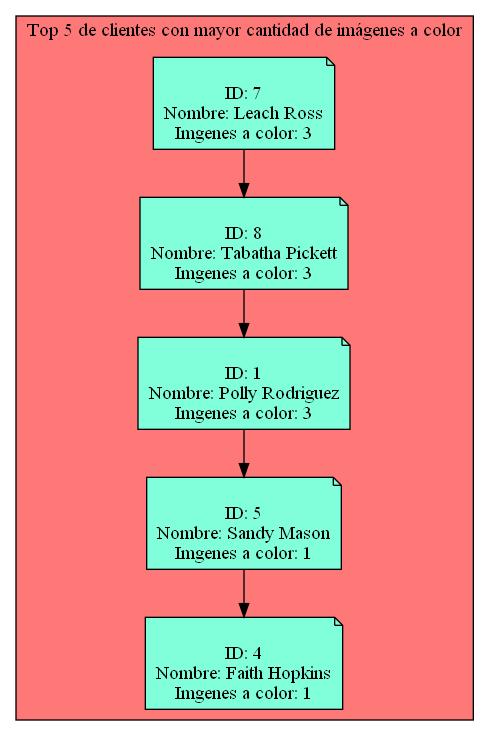
Earlier version of the Graphviz export Simple_Clients_Served_Report.png (Serch-ING/EDD_UDRAWING_202000119). Its source is kept beside it as Simple_Clients_Served_Report.dot.
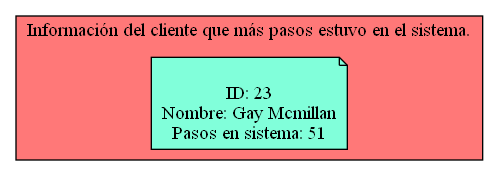
The same diagram one commit later.

Diff of the diagram source:
```diff
@@ -1,30 +1,10 @@
 digraph L {
 node[shape=note fillcolor="#A181FF" style =filled]
 subgraph cluster_p{
-    label= "Top 5 de clientes con mayor cantidad de imágenes a color"
+    label= "Información del cliente que más pasos estuvo en el sistema."
     bgcolor = "#FF7878"
-Nodo331994761[label="
-ID: 7
-Nombre: Leach Ross
-Imgenes a color: 3",fillcolor="#81FFDA"]
-Nodo928294079[label="
-ID: 8
-Nombre: Tabatha Pickett
-Imgenes a color: 3",fillcolor="#81FFDA"]
-Nodo1647809929[label="
-ID: 1
-Nombre: Polly Rodriguez
-Imgenes a color: 3",fillcolor="#81FFDA"]
-Nodo1258084361[label="
-ID: 5
-Nombre: Sandy Mason
-Imgenes a color: 1",fillcolor="#81FFDA"]
-Nodo391914049[label="
-ID: 4
-Nombre: Faith Hopkins
-Imgenes a color: 1",fillcolor="#81FFDA"]
-Nodo331994761 -> Nodo928294079
-Nodo928294079 -> Nodo1647809929
-Nodo1647809929 -> Nodo1258084361
-Nodo1258084361 -> Nodo391914049
+Nodo2044215423[label="
+ID: 23
+Nombre: Gay Mcmillan
+Pasos en sistema: 51",fillcolor="#81FFDA"]
 }}
```
